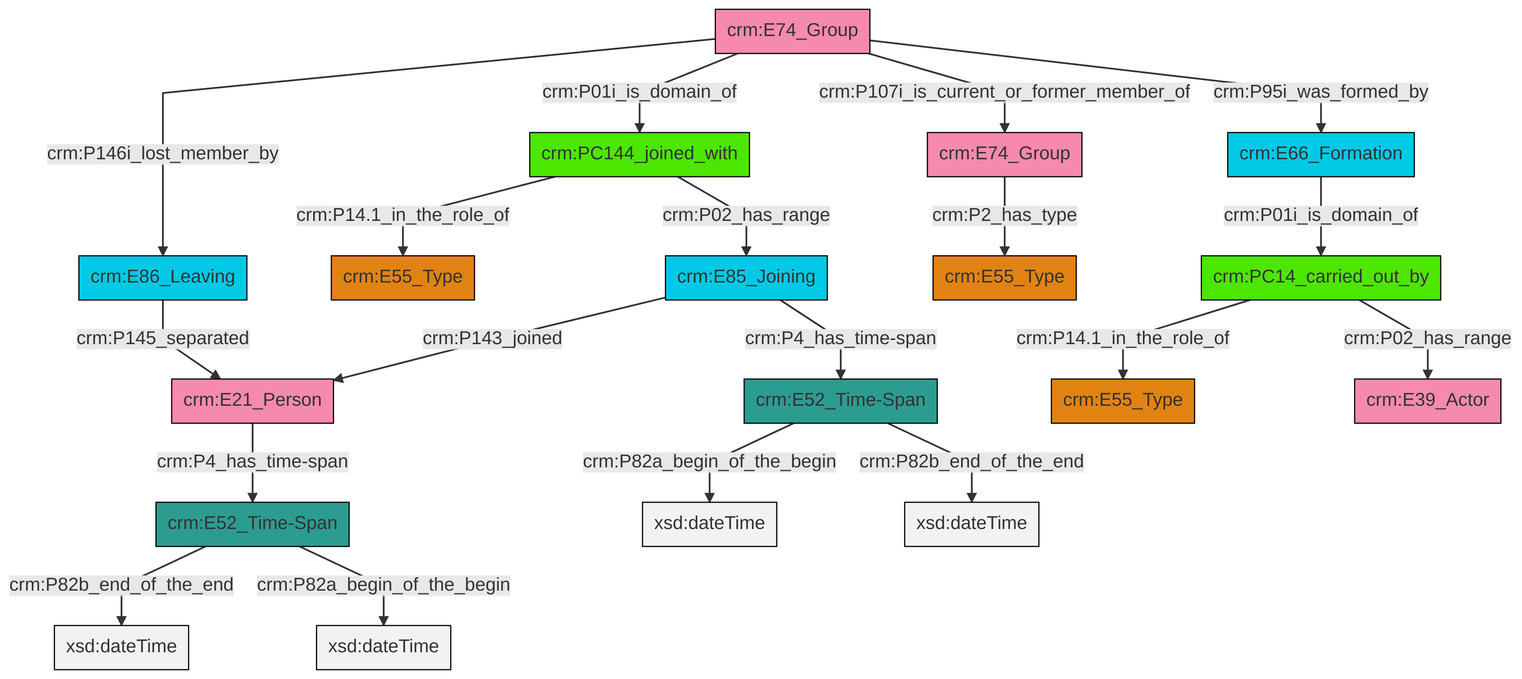
Earlier version of the Mermaid export et/groupCSV/ttl/mmd/png/group_actor_relations.png (swiss-art-research-net/reference-data-models). Its source is kept beside it as et/groupCSV/ttl/mmd/group_actor_relations.ttl.mmd.
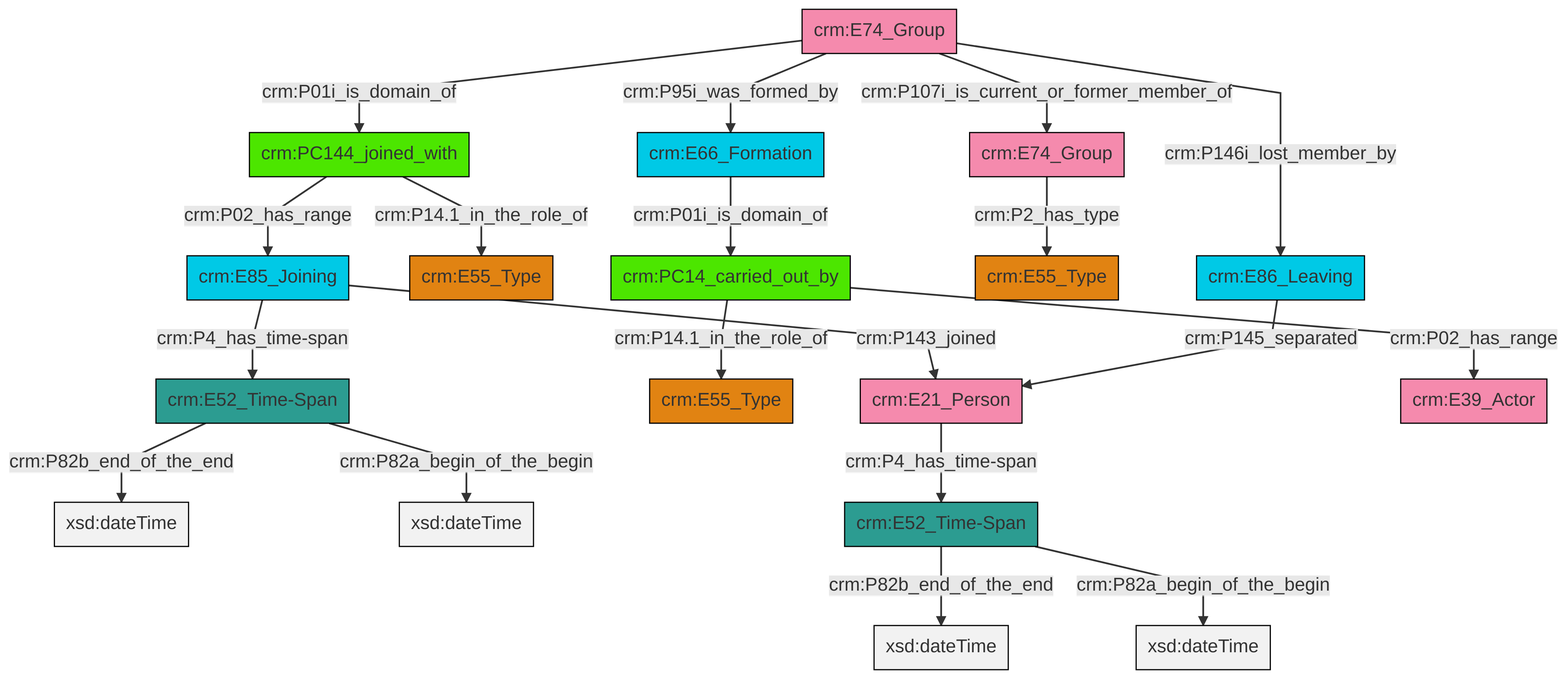
After the change.

Diff of the diagram source:
```diff
@@ -13,21 +13,21 @@
 classDef PC_Classes fill:#4ce600, stroke:#000000;
 classDef Multi fill:#cccccc,stroke:#000000;
 
-2["crm:PC144_joined_with"]:::PC_Classes -->|crm:P14.1_in_the_role_of| 0["crm:E55_Type"]:::Type
-5["crm:E74_Group"]:::Actor -->|crm:P146i_lost_member_by| 6["crm:E86_Leaving"]:::Temporal_Entity
-6["crm:E86_Leaving"]:::Temporal_Entity -->|crm:P145_separated| 3["crm:E21_Person"]:::Actor
-11["crm:E52_Time-Span"]:::Time-Span -->|crm:P82a_begin_of_the_begin| 12[xsd:dateTime]:::Literal
-13["crm:E66_Formation"]:::Temporal_Entity -->|crm:P01i_is_domain_of| 9["crm:PC14_carried_out_by"]:::PC_Classes
-11["crm:E52_Time-Span"]:::Time-Span -->|crm:P82b_end_of_the_end| 19[xsd:dateTime]:::Literal
-22["crm:E52_Time-Span"]:::Time-Span -->|crm:P82b_end_of_the_end| 27[xsd:dateTime]:::Literal
-5["crm:E74_Group"]:::Actor -->|crm:P01i_is_domain_of| 2["crm:PC144_joined_with"]:::PC_Classes
-16["crm:E85_Joining"]:::Temporal_Entity -->|crm:P143_joined| 3["crm:E21_Person"]:::Actor
-9["crm:PC14_carried_out_by"]:::PC_Classes -->|crm:P14.1_in_the_role_of| 7["crm:E55_Type"]:::Type
-22["crm:E52_Time-Span"]:::Time-Span -->|crm:P82a_begin_of_the_begin| 30[xsd:dateTime]:::Literal
-3["crm:E21_Person"]:::Actor -->|crm:P4_has_time-span| 22["crm:E52_Time-Span"]:::Time-Span
-2["crm:PC144_joined_with"]:::PC_Classes -->|crm:P02_has_range| 16["crm:E85_Joining"]:::Temporal_Entity
-14["crm:E74_Group"]:::Actor -->|crm:P2_has_type| 28["crm:E55_Type"]:::Type
-16["crm:E85_Joining"]:::Temporal_Entity -->|crm:P4_has_time-span| 11["crm:E52_Time-Span"]:::Time-Span
-5["crm:E74_Group"]:::Actor -->|crm:P107i_is_current_or_former_member_of| 14["crm:E74_Group"]:::Actor
-9["crm:PC14_carried_out_by"]:::PC_Classes -->|crm:P02_has_range| 33["crm:E39_Actor"]:::Actor
-5["crm:E74_Group"]:::Actor -->|crm:P95i_was_formed_by| 13["crm:E66_Formation"]:::Temporal_Entity
+0["crm:E85_Joining"]:::Temporal_Entity -->|crm:P143_joined| 1["crm:E21_Person"]:::Actor
+2["crm:PC144_joined_with"]:::PC_Classes -->|crm:P14.1_in_the_role_of| 3["crm:E55_Type"]:::Type
+4["crm:PC14_carried_out_by"]:::PC_Classes -->|crm:P14.1_in_the_role_of| 5["crm:E55_Type"]:::Type
+10["crm:E52_Time-Span"]:::Time-Span -->|crm:P82b_end_of_the_end| 11[xsd:dateTime]:::Literal
+10["crm:E52_Time-Span"]:::Time-Span -->|crm:P82a_begin_of_the_begin| 12[xsd:dateTime]:::Literal
+1["crm:E21_Person"]:::Actor -->|crm:P4_has_time-span| 13["crm:E52_Time-Span"]:::Time-Span
+22["crm:E86_Leaving"]:::Temporal_Entity -->|crm:P145_separated| 1["crm:E21_Person"]:::Actor
+14["crm:E74_Group"]:::Actor -->|crm:P01i_is_domain_of| 2["crm:PC144_joined_with"]:::PC_Classes
+14["crm:E74_Group"]:::Actor -->|crm:P95i_was_formed_by| 8["crm:E66_Formation"]:::Temporal_Entity
+23["crm:E74_Group"]:::Actor -->|crm:P2_has_type| 17["crm:E55_Type"]:::Type
+13["crm:E52_Time-Span"]:::Time-Span -->|crm:P82b_end_of_the_end| 24[xsd:dateTime]:::Literal
+14["crm:E74_Group"]:::Actor -->|crm:P107i_is_current_or_former_member_of| 23["crm:E74_Group"]:::Actor
+8["crm:E66_Formation"]:::Temporal_Entity -->|crm:P01i_is_domain_of| 4["crm:PC14_carried_out_by"]:::PC_Classes
+0["crm:E85_Joining"]:::Temporal_Entity -->|crm:P4_has_time-span| 10["crm:E52_Time-Span"]:::Time-Span
+13["crm:E52_Time-Span"]:::Time-Span -->|crm:P82a_begin_of_the_begin| 30[xsd:dateTime]:::Literal
+2["crm:PC144_joined_with"]:::PC_Classes -->|crm:P02_has_range| 0["crm:E85_Joining"]:::Temporal_Entity
+14["crm:E74_Group"]:::Actor -->|crm:P146i_lost_member_by| 22["crm:E86_Leaving"]:::Temporal_Entity
+4["crm:PC14_carried_out_by"]:::PC_Classes -->|crm:P02_has_range| 33["crm:E39_Actor"]:::Actor
```
